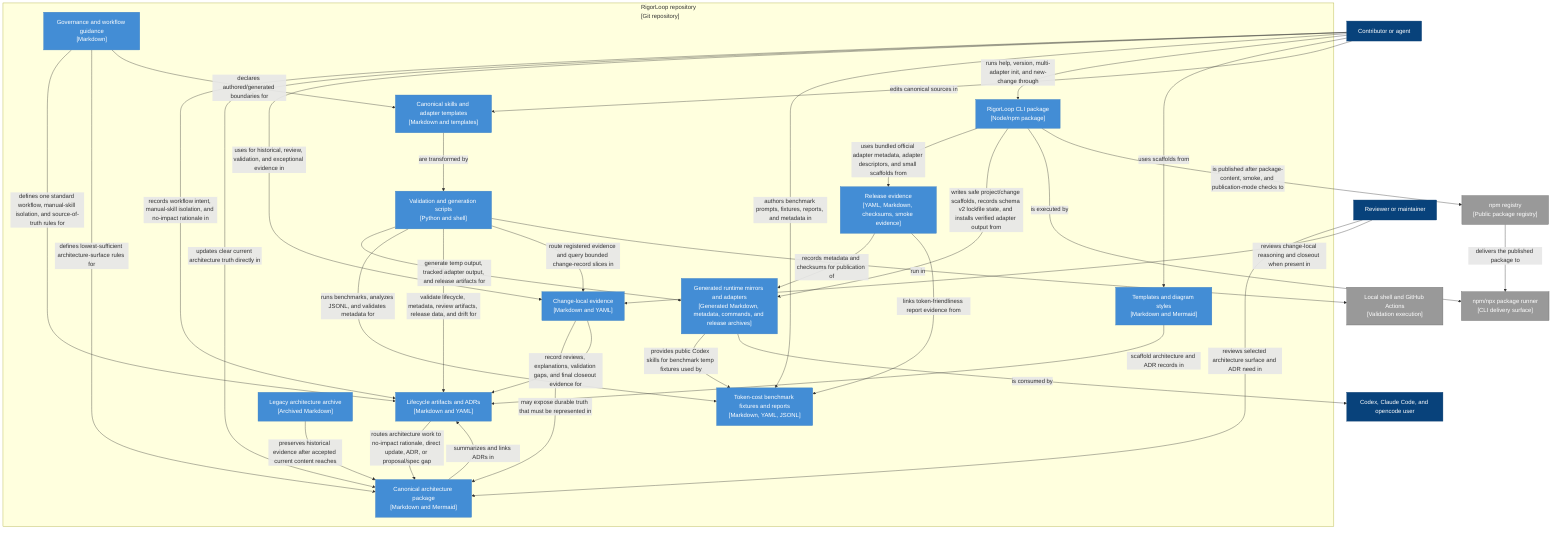
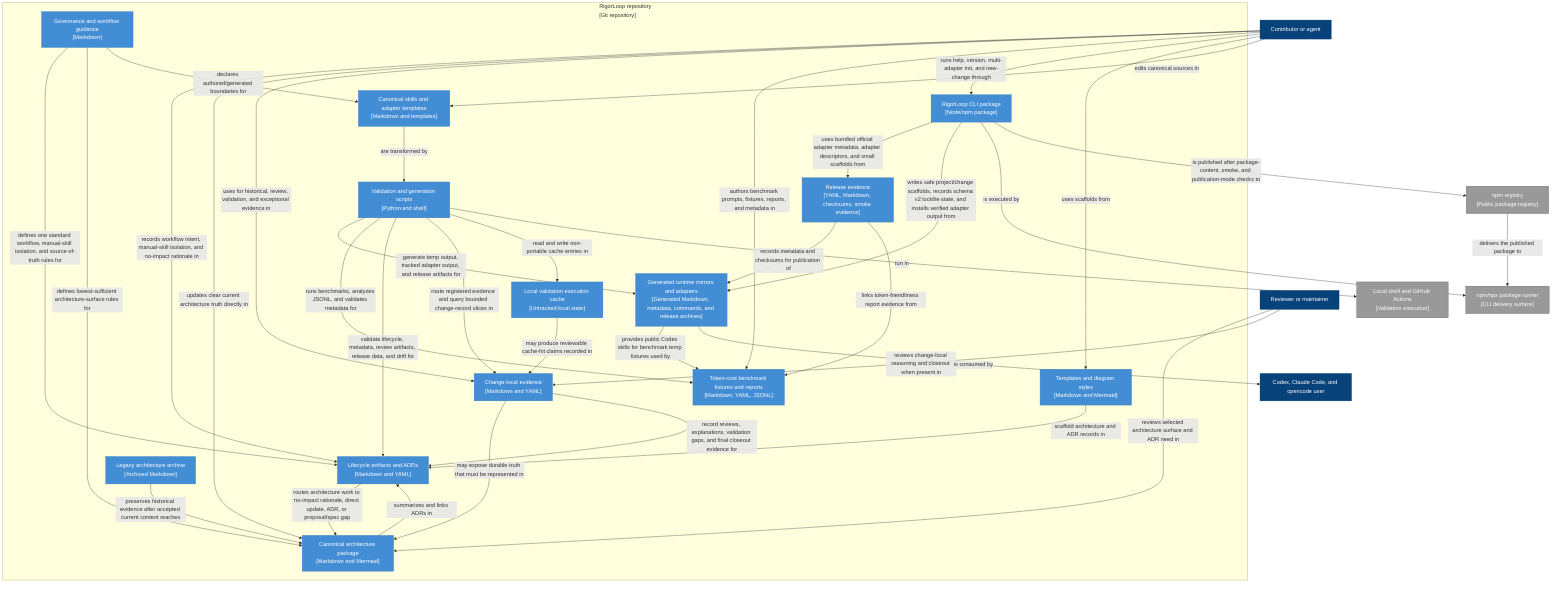
flowchart TB
  contributor["Contributor or agent"]:::person
  reviewer["Reviewer or maintainer"]:::person
  execution["Local shell and GitHub Actions<br/>[Validation execution]"]:::external
  package_runner["npm/npx package runner<br/>[CLI delivery surface]"]:::external
  npm_registry["npm registry<br/>[Public package registry]"]:::external
  adapter_user["Codex, Claude Code, and opencode user"]:::person

  subgraph repo["RigorLoop repository<br/>[Git repository]"]
    governance["Governance and workflow guidance<br/>[Markdown]"]:::container
    lifecycle["Lifecycle artifacts and ADRs<br/>[Markdown and YAML]"]:::container
    token_bench["Token-cost benchmark fixtures and reports<br/>[Markdown, YAML, JSONL]"]:::container
    cli["RigorLoop CLI package<br/>[Node/npm package]"]:::container
    architecture["Canonical architecture package<br/>[Markdown and Mermaid]"]:::container
    changes["Change-local evidence<br/>[Markdown and YAML]"]:::container
+     validation_cache["Local validation execution cache<br/>[Untracked local state]"]:::container
    templates["Templates and diagram styles<br/>[Markdown and Mermaid]"]:::container
    skills["Canonical skills and adapter templates<br/>[Markdown and templates]"]:::container
    scripts["Validation and generation scripts<br/>[Python and shell]"]:::container
    generated["Generated runtime mirrors and adapters<br/>[Generated Markdown, metadata, commands, and release archives]"]:::container
    release["Release evidence<br/>[YAML, Markdown, checksums, smoke evidence]"]:::container
    legacy["Legacy architecture archive<br/>[Archived Markdown]"]:::container
  end

  contributor -->|records workflow intent, manual-skill isolation, and no-impact rationale in| lifecycle
  contributor -->|updates clear current architecture truth directly in| architecture
  contributor -->|uses for historical, review, validation, and exceptional evidence in| changes
  contributor -->|authors benchmark prompts, fixtures, reports, and metadata in| token_bench
  contributor -->|runs help, version, multi-adapter init, and new-change through| cli
  contributor -->|uses scaffolds from| templates
  contributor -->|edits canonical sources in| skills
  reviewer -->|reviews selected architecture surface and ADR need in| architecture
  reviewer -->|reviews change-local reasoning and closeout when present in| changes
  governance -->|defines one standard workflow, manual-skill isolation, and source-of-truth rules for| lifecycle
  governance -->|defines lowest-sufficient architecture-surface rules for| architecture
  governance -->|declares authored/generated boundaries for| skills
  lifecycle -->|routes architecture work to no-impact rationale, direct update, ADR, or proposal/spec gap| architecture
  changes -->|may expose durable truth that must be represented in| architecture
  changes -->|record reviews, explanations, validation gaps, and final closeout evidence for| lifecycle
  templates -->|scaffold architecture and ADR records in| lifecycle
  skills -->|are transformed by| scripts
  scripts -->|generate temp output, tracked adapter output, and release artifacts for| generated
  scripts -->|runs benchmarks, analyzes JSONL, and validates metadata for| token_bench
  cli -->|uses bundled official adapter metadata, adapter descriptors, and small scaffolds from| release
  cli -->|writes safe project/change scaffolds, records schema v2 lockfile state, and installs verified adapter output from| generated
  cli -->|is executed by| package_runner
  cli -->|is published after package-content, smoke, and publication-mode checks to| npm_registry
  npm_registry -->|delivers the published package to| package_runner
  generated -->|provides public Codex skills for benchmark temp fixtures used by| token_bench
  scripts -->|validate lifecycle, metadata, review artifacts, release data, and drift for| lifecycle
  scripts -->|route registered evidence and query bounded change-record slices in| changes
+   scripts -->|read and write non-portable cache entries in| validation_cache
+   validation_cache -->|may produce reviewable cache-hit claims recorded in| changes
  scripts -->|run in| execution
  release -->|records metadata and checksums for publication of| generated
  release -->|links token-friendliness report evidence from| token_bench
  generated -->|is consumed by| adapter_user
  legacy -->|preserves historical evidence after accepted current content reaches| architecture
  architecture -->|summarizes and links ADRs in| lifecycle

  classDef person fill:#08427b,stroke:#073b6f,color:#fff
  classDef system fill:#1168bd,stroke:#0e5aa7,color:#fff
  classDef external fill:#999,stroke:#666,color:#fff
  classDef container fill:#438dd5,stroke:#3c7fc0,color:#fff
